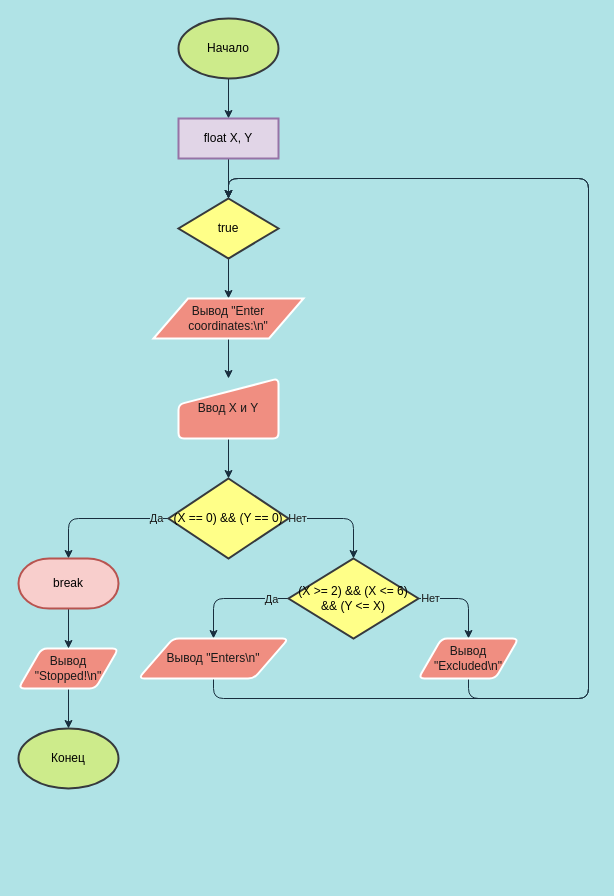
Earlier version of the draw.io diagram page "Лабораторная работа №1" (1 of 4) of flowcharts_for_labs.drawio (MoonFoxy/Programming_labs). Source tidied: cells renumbered, new cells numbered last; positions are measured from the earlier drawing's top-left corner, leaving out a move shared by most shapes. Both pictures are drawn from the tidied source at 100%, with x=0, y=0 at pixel (18, 18).
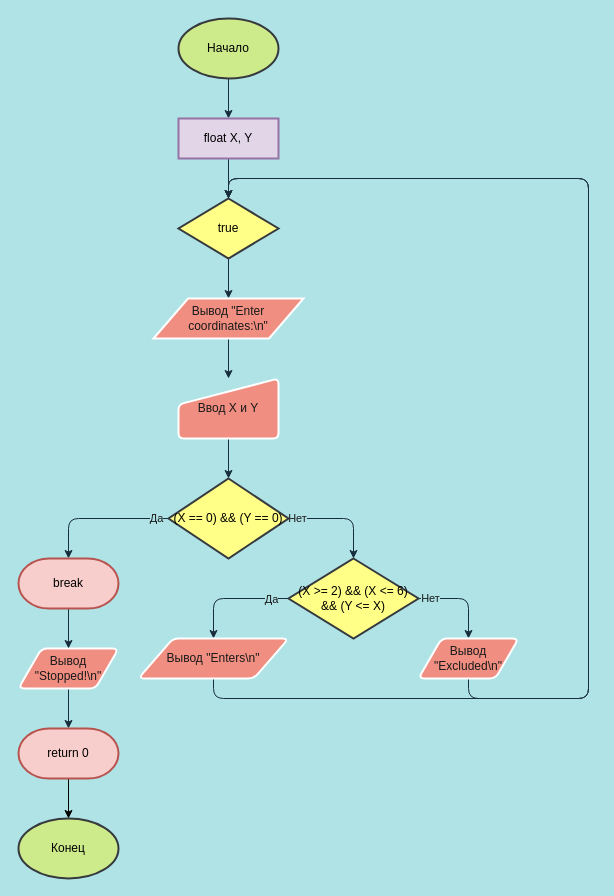
Above is the later version.

Unchanged cells that the change refers to:
```xml
<mxCell id="18" value="Вывод &quot;Stopped!\n&quot;" style="shape=parallelogram;html=1;strokeWidth=2;perimeter=parallelogramPerimeter;whiteSpace=wrap;rounded=1;arcSize=12;size=0.23;sketch=0;fillColor=#F08E81;fontColor=#1A1A1A;strokeColor=#FFFFFF;" parent="1" vertex="1">
  <mxGeometry y="630" width="100" height="40" as="geometry" />
</mxCell>
```

Diff of the diagram source:
```diff
@@
-    <mxCell id="17" style="edgeStyle=orthogonalEdgeStyle;rounded=1;sketch=0;jettySize=auto;html=1;exitX=0.5;exitY=1;exitDx=0;exitDy=0;entryX=0.5;entryY=0;entryDx=0;entryDy=0;entryPerimeter=0;strokeColor=#182E3E;labelBackgroundColor=#B0E3E6;fontColor=#1A1A1A;" parent="1" edge="1" source="18" target="21">
+    <mxCell id="17" style="edgeStyle=orthogonalEdgeStyle;rounded=1;sketch=0;jettySize=auto;html=1;exitX=0.5;exitY=1;exitDx=0;exitDy=0;entryX=0.5;entryY=0;entryDx=0;entryDy=0;entryPerimeter=0;strokeColor=#182E3E;labelBackgroundColor=#B0E3E6;fontColor=#1A1A1A;" parent="1" edge="1" source="18" target="32">
       <mxGeometry relative="1" as="geometry" />
     </mxCell>
@@
     <mxCell id="21" value="Конец" style="strokeWidth=2;html=1;shape=mxgraph.flowchart.start_1;whiteSpace=wrap;fillColor=#cdeb8b;strokeColor=#36393d;" parent="1" vertex="1">
-      <mxGeometry y="710" width="100" height="60" as="geometry" />
+      <mxGeometry y="800" width="100" height="60" as="geometry" />
     </mxCell>
@@
+    <mxCell id="31" style="edgeStyle=orthogonalEdgeStyle;rounded=1;jettySize=auto;html=1;exitX=0.5;exitY=1;exitDx=0;exitDy=0;exitPerimeter=0;entryX=0.5;entryY=0;entryDx=0;entryDy=0;entryPerimeter=0;" parent="1" edge="1" source="32" target="21">
+      <mxGeometry relative="1" as="geometry" />
+    </mxCell>
+    <mxCell id="32" value="return 0" style="strokeWidth=2;html=1;shape=mxgraph.flowchart.terminator;whiteSpace=wrap;rounded=0;sketch=0;fillColor=#f8cecc;strokeColor=#b85450;" parent="1" vertex="1">
+      <mxGeometry y="710" width="100" height="50" as="geometry" />
+    </mxCell>
```
